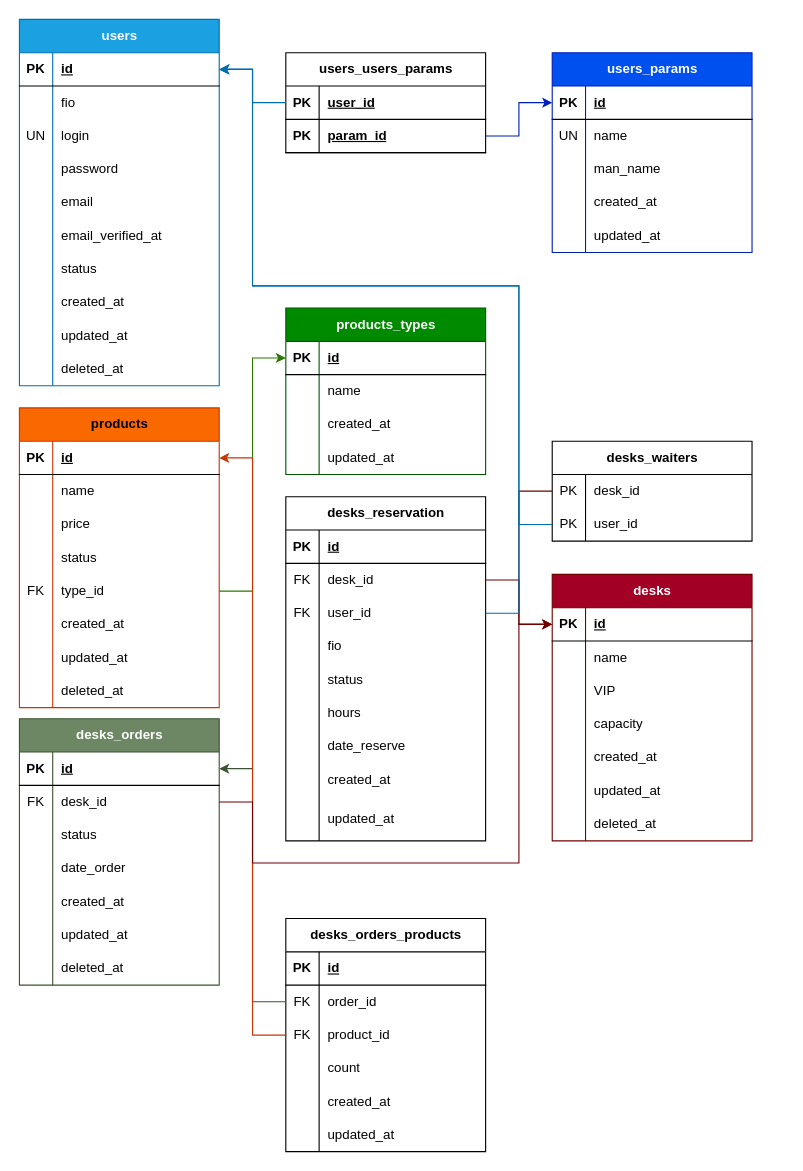
The draw.io diagram public/documents/time_cafe.drawio in MrCrross/timecafe, before the edit. Source tidied: cells renumbered, new cells numbered last; positions are measured from the earlier drawing's top-left corner, leaving out a move shared by most shapes. Both pictures are drawn from the tidied source at 111%, with x=0, y=0 at pixel (19, 19).
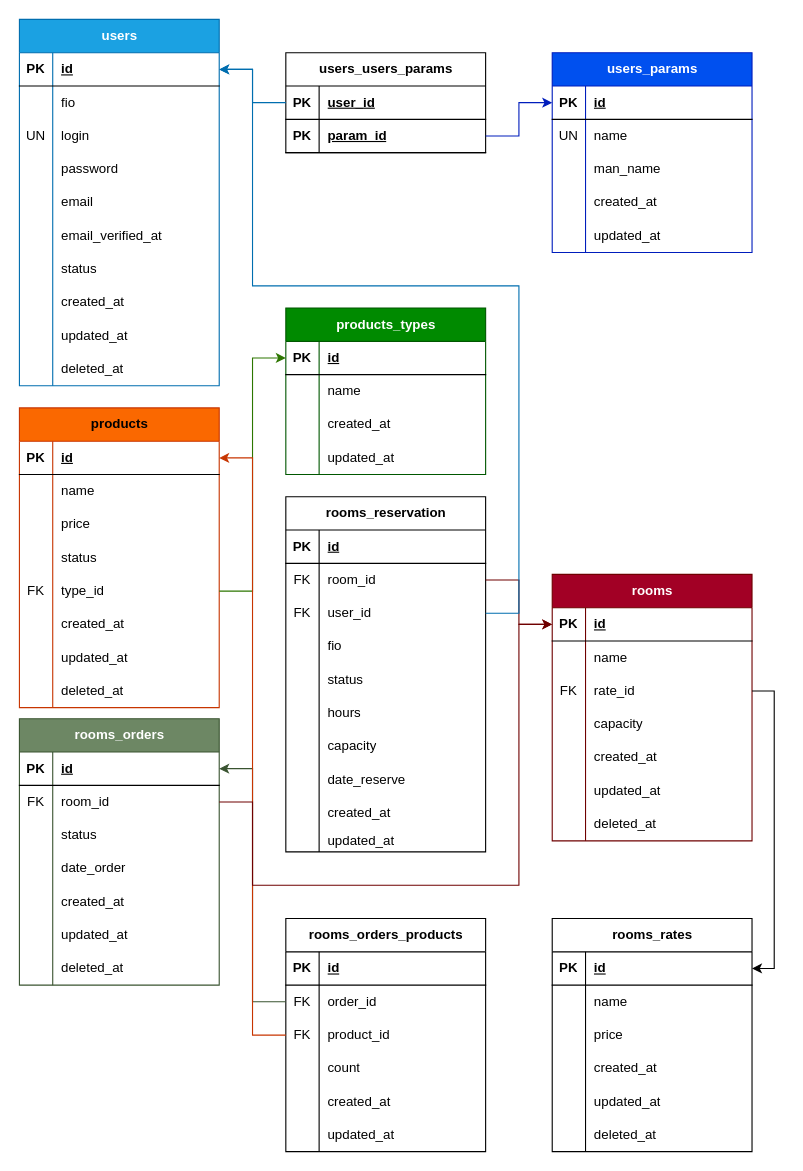
The same diagram, later.

Unchanged cells that the change refers to:
```xml
<mxCell id="3" style="shape=tableRow;horizontal=0;startSize=0;swimlaneHead=0;swimlaneBody=0;fillColor=none;points=[[0,0.5],[1,0.5]];portConstraint=eastwest;top=0;left=0;right=0;bottom=1;" parent="2" vertex="1">
  <mxGeometry y="30" width="180" height="30" as="geometry" />
</mxCell>
<mxCell id="98" style="shape=tableRow;horizontal=0;startSize=0;swimlaneHead=0;swimlaneBody=0;fillColor=none;points=[[0,0.5],[1,0.5]];portConstraint=eastwest;top=0;left=0;right=0;bottom=0;" parent="94" vertex="1">
  <mxGeometry y="60" width="180" height="30" as="geometry" />
</mxCell>
<mxCell id="120" style="shape=tableRow;horizontal=0;startSize=0;swimlaneHead=0;swimlaneBody=0;fillColor=none;points=[[0,0.5],[1,0.5]];portConstraint=eastwest;top=0;left=0;right=0;bottom=0;" parent="116" vertex="1">
  <mxGeometry y="60" width="180" height="30" as="geometry" />
</mxCell>
<mxCell id="145" style="shape=tableRow;horizontal=0;startSize=0;swimlaneHead=0;swimlaneBody=0;fillColor=none;points=[[0,0.5],[1,0.5]];portConstraint=eastwest;top=0;left=0;right=0;bottom=1;" parent="144" vertex="1">
  <mxGeometry y="30" width="180" height="30" as="geometry" />
</mxCell>
<mxCell id="151" style="shape=tableRow;horizontal=0;startSize=0;swimlaneHead=0;swimlaneBody=0;fillColor=none;points=[[0,0.5],[1,0.5]];portConstraint=eastwest;top=0;left=0;right=0;bottom=0;" parent="144" vertex="1">
  <mxGeometry y="90" width="180" height="30" as="geometry" />
</mxCell>
```

What changed in the source:
```diff
@@
-    <mxCell id="94" value="desks_orders" style="shape=table;startSize=30;childLayout=tableLayout;rowLines=0;fontStyle=1;align=center;html=1;fillColor=#6d8764;fontColor=#ffffff;strokeColor=#3A5431;" parent="1" vertex="1">
+    <mxCell id="94" value="rooms_orders" style="shape=table;startSize=30;childLayout=tableLayout;rowLines=0;fontStyle=1;align=center;html=1;fillColor=#6d8764;fontColor=#ffffff;strokeColor=#3A5431;" parent="1" vertex="1">
       <mxGeometry y="630" width="180" height="240" as="geometry" />
     </mxCell>
@@
-    <mxCell id="100" value="desk_id" style="shape=partialRectangle;fillColor=none;top=0;left=0;bottom=0;right=0;align=left;spacingLeft=6;overflow=hidden;whiteSpace=wrap;html=1;" parent="98" vertex="1">
+    <mxCell id="100" value="room_id" style="shape=partialRectangle;fillColor=none;top=0;left=0;bottom=0;right=0;align=left;spacingLeft=6;overflow=hidden;whiteSpace=wrap;html=1;" parent="98" vertex="1">
       <mxGeometry x="30" width="150" height="30" as="geometry" />
     </mxCell>
@@
-    <mxCell id="116" value="desks_reservation" style="shape=table;startSize=30;childLayout=tableLayout;rowLines=0;fontStyle=1;align=center;html=1;" parent="1" vertex="1">
-      <mxGeometry x="240" y="430" width="180" height="310" as="geometry" />
+    <mxCell id="116" value="rooms_reservation" style="shape=table;startSize=30;childLayout=tableLayout;rowLines=0;fontStyle=1;align=center;html=1;" parent="1" vertex="1">
+      <mxGeometry x="240" y="430" width="180" height="320" as="geometry" />
     </mxCell>
@@
-    <mxCell id="122" value="desk_id" style="shape=partialRectangle;fillColor=none;top=0;left=0;bottom=0;right=0;align=left;spacingLeft=6;overflow=hidden;whiteSpace=wrap;html=1;" parent="120" vertex="1">
+    <mxCell id="122" value="room_id" style="shape=partialRectangle;fillColor=none;top=0;left=0;bottom=0;right=0;align=left;spacingLeft=6;overflow=hidden;whiteSpace=wrap;html=1;" parent="120" vertex="1">
       <mxGeometry x="30" width="150" height="30" as="geometry" />
     </mxCell>
@@
+    <mxCell id="202" style="shape=tableRow;horizontal=0;startSize=0;swimlaneHead=0;swimlaneBody=0;fillColor=none;top=0;left=0;right=0;bottom=0;" parent="116" vertex="1">
+      <mxGeometry y="210" width="180" height="30" as="geometry" />
+    </mxCell>
+    <mxCell id="203" style="shape=partialRectangle;fillColor=none;top=0;left=0;bottom=0;right=0;overflow=hidden;whiteSpace=wrap;html=1;" parent="202" vertex="1">
+      <mxGeometry width="30" height="30" as="geometry" />
+    </mxCell>
+    <mxCell id="204" value="capacity" style="shape=partialRectangle;fillColor=none;top=0;left=0;bottom=0;right=0;align=left;spacingLeft=6;overflow=hidden;whiteSpace=wrap;html=1;" parent="202" vertex="1">
+      <mxGeometry x="30" width="150" height="30" as="geometry" />
+    </mxCell>
     <mxCell id="135" style="shape=tableRow;horizontal=0;startSize=0;swimlaneHead=0;swimlaneBody=0;fillColor=none;top=0;left=0;right=0;bottom=0;" parent="116" vertex="1">
-      <mxGeometry y="210" width="180" height="30" as="geometry" />
+      <mxGeometry y="240" width="180" height="30" as="geometry" />
     </mxCell>
@@
     <mxCell id="138" style="shape=tableRow;horizontal=0;startSize=0;swimlaneHead=0;swimlaneBody=0;fillColor=none;top=0;left=0;right=0;bottom=0;" parent="116" vertex="1">
-      <mxGeometry y="240" width="180" height="30" as="geometry" />
+      <mxGeometry y="270" width="180" height="30" as="geometry" />
     </mxCell>
@@
     <mxCell id="141" style="shape=tableRow;horizontal=0;startSize=0;swimlaneHead=0;swimlaneBody=0;fillColor=none;top=0;left=0;right=0;bottom=0;" parent="116" vertex="1">
-      <mxGeometry y="270" width="180" height="40" as="geometry" />
+      <mxGeometry y="300" width="180" height="20" as="geometry" />
     </mxCell>
     <mxCell id="142" style="shape=partialRectangle;fillColor=none;top=0;left=0;bottom=0;right=0;overflow=hidden;whiteSpace=wrap;html=1;" parent="141" vertex="1">
-      <mxGeometry width="30" height="40" as="geometry" />
+      <mxGeometry width="30" height="20" as="geometry" />
     </mxCell>
     <mxCell id="143" value="updated_at" style="shape=partialRectangle;fillColor=none;top=0;left=0;bottom=0;right=0;align=left;spacingLeft=6;overflow=hidden;whiteSpace=wrap;html=1;" parent="141" vertex="1">
-      <mxGeometry x="30" width="150" height="40" as="geometry" />
+      <mxGeometry x="30" width="150" height="20" as="geometry" />
     </mxCell>
-    <mxCell id="144" value="desks" style="shape=table;startSize=30;childLayout=tableLayout;rowLines=0;fontStyle=1;align=center;html=1;fillColor=#a20025;fontColor=#ffffff;strokeColor=#6F0000;" parent="1" vertex="1">
+    <mxCell id="144" value="rooms" style="shape=table;startSize=30;childLayout=tableLayout;rowLines=0;fontStyle=1;align=center;html=1;fillColor=#a20025;fontColor=#ffffff;strokeColor=#6F0000;" parent="1" vertex="1">
       <mxGeometry x="480" y="500" width="180" height="240" as="geometry" />
     </mxCell>
@@
-    <mxCell id="152" style="shape=partialRectangle;fillColor=none;top=0;left=0;bottom=0;right=0;overflow=hidden;whiteSpace=wrap;html=1;" parent="151" vertex="1">
+    <mxCell id="152" value="FK" style="shape=partialRectangle;fillColor=none;top=0;left=0;bottom=0;right=0;overflow=hidden;whiteSpace=wrap;html=1;" parent="151" vertex="1">
       <mxGeometry width="30" height="30" as="geometry" />
     </mxCell>
-    <mxCell id="153" value="VIP" style="shape=partialRectangle;fillColor=none;top=0;left=0;bottom=0;right=0;align=left;spacingLeft=6;overflow=hidden;whiteSpace=wrap;html=1;" parent="151" vertex="1">
+    <mxCell id="153" value="rate_id" style="shape=partialRectangle;fillColor=none;top=0;left=0;bottom=0;right=0;align=left;spacingLeft=6;overflow=hidden;whiteSpace=wrap;html=1;" parent="151" vertex="1">
       <mxGeometry x="30" width="150" height="30" as="geometry" />
     </mxCell>
-    <mxCell id="154" style="shape=tableRow;horizontal=0;startSize=0;swimlaneHead=0;swimlaneBody=0;fillColor=none;top=0;left=0;right=0;bottom=0;" parent="144" vertex="1">
-      <mxGeometry y="120" width="180" height="30" as="geometry" />
-    </mxCell>
-    <mxCell id="155" style="shape=partialRectangle;fillColor=none;top=0;left=0;bottom=0;right=0;overflow=hidden;whiteSpace=wrap;html=1;" parent="154" vertex="1">
-      <mxGeometry width="30" height="30" as="geometry" />
-    </mxCell>
-    <mxCell id="156" value="capacity" style="shape=partialRectangle;fillColor=none;top=0;left=0;bottom=0;right=0;align=left;spacingLeft=6;overflow=hidden;whiteSpace=wrap;html=1;" parent="154" vertex="1">
-      <mxGeometry x="30" width="150" height="30" as="geometry" />
-    </mxCell>
+    <mxCell id="205" style="shape=tableRow;horizontal=0;startSize=0;swimlaneHead=0;swimlaneBody=0;fillColor=none;top=0;left=0;right=0;bottom=0;" parent="144" vertex="1">
+      <mxGeometry y="120" width="180" height="30" as="geometry" />
+    </mxCell>
+    <mxCell id="206" style="shape=partialRectangle;fillColor=none;top=0;left=0;bottom=0;right=0;overflow=hidden;whiteSpace=wrap;html=1;" parent="205" vertex="1">
+      <mxGeometry width="30" height="30" as="geometry" />
+    </mxCell>
+    <mxCell id="207" value="capacity" style="shape=partialRectangle;fillColor=none;top=0;left=0;bottom=0;right=0;align=left;spacingLeft=6;overflow=hidden;whiteSpace=wrap;html=1;" parent="205" vertex="1">
+      <mxGeometry x="30" width="150" height="30" as="geometry" />
+    </mxCell>
@@
-    <mxCell id="166" value="desks_waiters" style="shape=table;startSize=30;childLayout=tableLayout;rowLines=0;fontStyle=1;align=center;html=1;" parent="1" vertex="1">
-      <mxGeometry x="480" y="380" width="180" height="90" as="geometry" />
-    </mxCell>
-    <mxCell id="167" style="shape=tableRow;horizontal=0;startSize=0;swimlaneHead=0;swimlaneBody=0;fillColor=none;points=[[0,0.5],[1,0.5]];portConstraint=eastwest;top=0;left=0;right=0;bottom=0;" parent="166" vertex="1">
-      <mxGeometry y="30" width="180" height="30" as="geometry" />
-    </mxCell>
-    <mxCell id="168" value="PK" style="shape=partialRectangle;fillColor=none;top=0;left=0;bottom=0;right=0;overflow=hidden;whiteSpace=wrap;html=1;" parent="167" vertex="1">
-      <mxGeometry width="30" height="30" as="geometry" />
-    </mxCell>
-    <mxCell id="169" value="desk_id" style="shape=partialRectangle;fillColor=none;top=0;left=0;bottom=0;right=0;align=left;spacingLeft=6;overflow=hidden;whiteSpace=wrap;html=1;" parent="167" vertex="1">
-      <mxGeometry x="30" width="150" height="30" as="geometry" />
-    </mxCell>
-    <mxCell id="170" style="shape=tableRow;horizontal=0;startSize=0;swimlaneHead=0;swimlaneBody=0;fillColor=none;points=[[0,0.5],[1,0.5]];portConstraint=eastwest;top=0;left=0;right=0;bottom=0;" parent="166" vertex="1">
-      <mxGeometry y="60" width="180" height="30" as="geometry" />
-    </mxCell>
-    <mxCell id="171" value="PK" style="shape=partialRectangle;fillColor=none;top=0;left=0;bottom=0;right=0;overflow=hidden;whiteSpace=wrap;html=1;" parent="170" vertex="1">
-      <mxGeometry width="30" height="30" as="geometry" />
-    </mxCell>
-    <mxCell id="172" value="user_id" style="shape=partialRectangle;fillColor=none;top=0;left=0;bottom=0;right=0;align=left;spacingLeft=6;overflow=hidden;whiteSpace=wrap;html=1;" parent="170" vertex="1">
-      <mxGeometry x="30" width="150" height="30" as="geometry" />
-    </mxCell>
-    <mxCell id="173" value="desks_orders_products" style="shape=table;startSize=30;childLayout=tableLayout;rowLines=0;fontStyle=1;align=center;html=1;" parent="1" vertex="1">
+    <mxCell id="173" value="rooms_orders_products" style="shape=table;startSize=30;childLayout=tableLayout;rowLines=0;fontStyle=1;align=center;html=1;" parent="1" vertex="1">
       <mxGeometry x="240" y="810" width="180" height="210" as="geometry" />
     </mxCell>
@@
-    <mxCell id="195" style="edgeStyle=orthogonalEdgeStyle;rounded=0;jettySize=auto;html=1;fillColor=#a20025;strokeColor=#6F0000;" parent="1" edge="1" source="167" target="145">
-      <mxGeometry relative="1" as="geometry">
-        <Array as="points">
-          <mxPoint x="450" y="425" />
-          <mxPoint x="450" y="545" />
-        </Array>
-      </mxGeometry>
-    </mxCell>
-    <mxCell id="196" style="edgeStyle=orthogonalEdgeStyle;rounded=0;jettySize=auto;html=1;entryX=1;entryY=0.5;entryDx=0;entryDy=0;fillColor=#1ba1e2;strokeColor=#006EAF;" parent="1" edge="1" source="170" target="3">
-      <mxGeometry relative="1" as="geometry">
-        <Array as="points">
-          <mxPoint x="450" y="455" />
-          <mxPoint x="450" y="240" />
-          <mxPoint x="210" y="240" />
-          <mxPoint x="210" y="45" />
-        </Array>
-      </mxGeometry>
-    </mxCell>
@@
     <mxCell id="201" style="edgeStyle=orthogonalEdgeStyle;rounded=0;jettySize=auto;html=1;entryX=0;entryY=0.5;entryDx=0;entryDy=0;exitX=1;exitY=0.5;exitDx=0;exitDy=0;fillColor=#a20025;strokeColor=#6F0000;" parent="1" edge="1" source="98" target="145">
       <mxGeometry relative="1" as="geometry">
         <Array as="points">
           <mxPoint x="210" y="705" />
-          <mxPoint x="210" y="760" />
-          <mxPoint x="450" y="760" />
+          <mxPoint x="210" y="780" />
+          <mxPoint x="450" y="780" />
           <mxPoint x="450" y="545" />
         </Array>
       </mxGeometry>
     </mxCell>
+    <mxCell id="208" value="rooms_rates" style="shape=table;startSize=30;childLayout=tableLayout;rowLines=0;fontStyle=1;align=center;html=1;" parent="1" vertex="1">
+      <mxGeometry x="480" y="810" width="180" height="210" as="geometry" />
+    </mxCell>
+    <mxCell id="209" style="shape=tableRow;horizontal=0;startSize=0;swimlaneHead=0;swimlaneBody=0;fillColor=none;points=[[0,0.5],[1,0.5]];portConstraint=eastwest;top=0;left=0;right=0;bottom=1;" parent="208" vertex="1">
+      <mxGeometry y="30" width="180" height="30" as="geometry" />
+    </mxCell>
+    <mxCell id="210" value="PK" style="shape=partialRectangle;fillColor=none;top=0;left=0;bottom=0;right=0;fontStyle=1;overflow=hidden;whiteSpace=wrap;html=1;" parent="209" vertex="1">
+      <mxGeometry width="30" height="30" as="geometry" />
+    </mxCell>
+    <mxCell id="211" value="id" style="shape=partialRectangle;fillColor=none;top=0;left=0;bottom=0;right=0;align=left;spacingLeft=6;fontStyle=5;overflow=hidden;whiteSpace=wrap;html=1;" parent="209" vertex="1">
+      <mxGeometry x="30" width="150" height="30" as="geometry" />
+    </mxCell>
+    <mxCell id="170" style="shape=tableRow;horizontal=0;startSize=0;swimlaneHead=0;swimlaneBody=0;fillColor=none;points=[[0,0.5],[1,0.5]];portConstraint=eastwest;top=0;left=0;right=0;bottom=0;" parent="208" vertex="1">
+      <mxGeometry y="60" width="180" height="30" as="geometry" />
+    </mxCell>
+    <mxCell id="212" style="shape=partialRectangle;fillColor=none;top=0;left=0;bottom=0;right=0;overflow=hidden;whiteSpace=wrap;html=1;" parent="170" vertex="1">
+      <mxGeometry width="30" height="30" as="geometry" />
+    </mxCell>
+    <mxCell id="213" value="name" style="shape=partialRectangle;fillColor=none;top=0;left=0;bottom=0;right=0;align=left;spacingLeft=6;overflow=hidden;whiteSpace=wrap;html=1;" parent="170" vertex="1">
+      <mxGeometry x="30" width="150" height="30" as="geometry" />
+    </mxCell>
+    <mxCell id="214" style="shape=tableRow;horizontal=0;startSize=0;swimlaneHead=0;swimlaneBody=0;fillColor=none;top=0;left=0;right=0;bottom=0;" parent="208" vertex="1">
+      <mxGeometry y="90" width="180" height="30" as="geometry" />
+    </mxCell>
+    <mxCell id="215" style="shape=partialRectangle;fillColor=none;top=0;left=0;bottom=0;right=0;overflow=hidden;whiteSpace=wrap;html=1;" parent="214" vertex="1">
+      <mxGeometry width="30" height="30" as="geometry" />
+    </mxCell>
+    <mxCell id="216" value="price" style="shape=partialRectangle;fillColor=none;top=0;left=0;bottom=0;right=0;align=left;spacingLeft=6;overflow=hidden;whiteSpace=wrap;html=1;" parent="214" vertex="1">
+      <mxGeometry x="30" width="150" height="30" as="geometry" />
+    </mxCell>
+    <mxCell id="217" style="shape=tableRow;horizontal=0;startSize=0;swimlaneHead=0;swimlaneBody=0;fillColor=none;top=0;left=0;right=0;bottom=0;" parent="208" vertex="1">
+      <mxGeometry y="120" width="180" height="30" as="geometry" />
+    </mxCell>
+    <mxCell id="218" style="shape=partialRectangle;fillColor=none;top=0;left=0;bottom=0;right=0;overflow=hidden;whiteSpace=wrap;html=1;" parent="217" vertex="1">
+      <mxGeometry width="30" height="30" as="geometry" />
+    </mxCell>
+    <mxCell id="219" value="created_at" style="shape=partialRectangle;fillColor=none;top=0;left=0;bottom=0;right=0;align=left;spacingLeft=6;overflow=hidden;whiteSpace=wrap;html=1;" parent="217" vertex="1">
+      <mxGeometry x="30" width="150" height="30" as="geometry" />
+    </mxCell>
+    <mxCell id="220" style="shape=tableRow;horizontal=0;startSize=0;swimlaneHead=0;swimlaneBody=0;fillColor=none;top=0;left=0;right=0;bottom=0;" parent="208" vertex="1">
+      <mxGeometry y="150" width="180" height="30" as="geometry" />
+    </mxCell>
+    <mxCell id="221" style="shape=partialRectangle;fillColor=none;top=0;left=0;bottom=0;right=0;overflow=hidden;whiteSpace=wrap;html=1;" parent="220" vertex="1">
+      <mxGeometry width="30" height="30" as="geometry" />
+    </mxCell>
+    <mxCell id="222" value="updated_at" style="shape=partialRectangle;fillColor=none;top=0;left=0;bottom=0;right=0;align=left;spacingLeft=6;overflow=hidden;whiteSpace=wrap;html=1;" parent="220" vertex="1">
+      <mxGeometry x="30" width="150" height="30" as="geometry" />
+    </mxCell>
+    <mxCell id="223" style="shape=tableRow;horizontal=0;startSize=0;swimlaneHead=0;swimlaneBody=0;fillColor=none;top=0;left=0;right=0;bottom=0;" parent="208" vertex="1">
+      <mxGeometry y="180" width="180" height="30" as="geometry" />
+    </mxCell>
+    <mxCell id="224" style="shape=partialRectangle;fillColor=none;top=0;left=0;bottom=0;right=0;overflow=hidden;whiteSpace=wrap;html=1;" parent="223" vertex="1">
+      <mxGeometry width="30" height="30" as="geometry" />
+    </mxCell>
+    <mxCell id="225" value="deleted_at" style="shape=partialRectangle;fillColor=none;top=0;left=0;bottom=0;right=0;align=left;spacingLeft=6;overflow=hidden;whiteSpace=wrap;html=1;" parent="223" vertex="1">
+      <mxGeometry x="30" width="150" height="30" as="geometry" />
+    </mxCell>
+    <mxCell id="226" style="edgeStyle=orthogonalEdgeStyle;rounded=0;jettySize=auto;html=1;entryX=1;entryY=0.5;entryDx=0;entryDy=0;" parent="1" edge="1" source="151" target="209">
+      <mxGeometry relative="1" as="geometry">
+        <Array as="points">
+          <mxPoint x="680" y="605" />
+          <mxPoint x="680" y="855" />
+        </Array>
+      </mxGeometry>
+    </mxCell>
```
